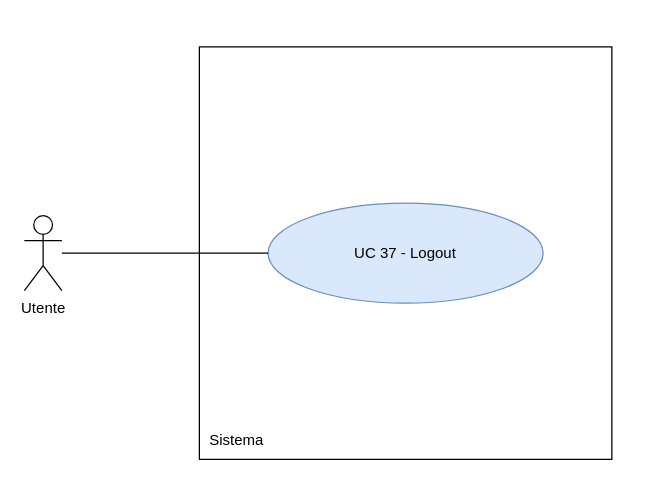
Before: RTB/doc_esterna/analisi-dei-requisiti/assets/draw.io/UC37.drawio in thebitless-group-swe/thebitless.github.io, a draw.io diagram. Source tidied: cells renumbered, new cells numbered last; positions are measured from the earlier drawing's top-left corner, leaving out a move shared by most shapes. Both pictures are drawn from the tidied source at 125%, with x=0, y=0 at pixel (24, 46).
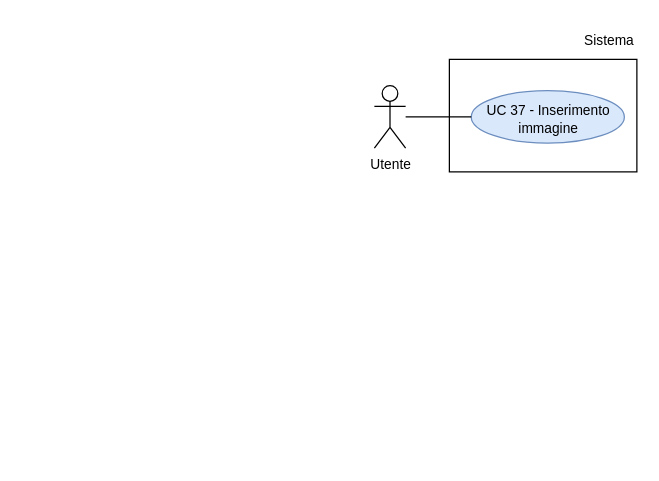
The same page after the edit.

Diff of the diagram source:
```diff
@@
 <mxGraphModel>
   <root>
     <mxCell id="0" />
     <mxCell id="1" parent="0" />
-    <mxCell id="2" value="Utente" style="shape=umlActor;verticalLabelPosition=bottom;verticalAlign=top;html=1;outlineConnect=0;" parent="1" vertex="1">
-      <mxGeometry y="135" width="30" height="60" as="geometry" />
+    <mxCell id="2" value="Utente" style="shape=umlActor;verticalLabelPosition=bottom;verticalAlign=top;html=1;outlineConnect=0;fontSize=11;" parent="1" vertex="1">
+      <mxGeometry x="280" y="31" width="25" height="50" as="geometry" />
     </mxCell>
-    <mxCell id="3" style="whiteSpace=wrap;html=1;" parent="1" vertex="1">
-      <mxGeometry x="140" width="330" height="330" as="geometry" />
-    </mxCell>
+    <mxCell id="7" style="rounded=0;whiteSpace=wrap;html=1;strokeWidth=1;" parent="1" vertex="1">
+      <mxGeometry x="340" y="10" width="150" height="90" as="geometry" />
+    </mxCell>
-    <mxCell id="4" value="Sistema" style="text;html=1;whiteSpace=wrap;strokeColor=none;fillColor=none;align=center;verticalAlign=middle;rounded=0;" parent="1" vertex="1">
-      <mxGeometry x="140" y="300" width="60" height="30" as="geometry" />
+    <mxCell id="4" value="Sistema" style="text;html=1;whiteSpace=wrap;strokeColor=none;fillColor=none;align=right;verticalAlign=middle;fontSize=11;" parent="1" vertex="1">
+      <mxGeometry x="430" y="-20" width="60" height="30" as="geometry" />
     </mxCell>
-    <mxCell id="5" value="UC 37 - Logout" style="ellipse;whiteSpace=wrap;html=1;fillColor=#dae8fc;strokeColor=#6c8ebf;" parent="1" vertex="1">
-      <mxGeometry x="195" y="125" width="220" height="80" as="geometry" />
-    </mxCell>
-    <mxCell id="6" style="edgeStyle=none;rounded=0;jettySize=auto;html=1;endArrow=none;endFill=0;" parent="1" edge="1" source="2" target="5">
-      <mxGeometry relative="1" as="geometry" />
-    </mxCell>
+    <mxCell id="8" value="UC 37 - Inserimento immagine" style="ellipse;whiteSpace=wrap;html=1;fillColor=#dae8fc;strokeColor=#6c8ebf;fontSize=11;spacingBottom=-4;" parent="1" vertex="1">
+      <mxGeometry x="357.5" y="35" width="122.5" height="42" as="geometry" />
+    </mxCell>
+    <mxCell id="9" style="edgeStyle=none;rounded=0;jettySize=auto;html=1;endArrow=none;endFill=0;" parent="1" edge="1" source="2" target="8">
+      <mxGeometry relative="1" as="geometry" />
+    </mxCell>
+    <mxCell id="10" style="edgeStyle=orthogonalEdgeStyle;rounded=0;orthogonalLoop=1;jettySize=auto;html=1;exitX=0.5;exitY=1;exitDx=0;exitDy=0;" parent="1" edge="1" source="4" target="4">
+      <mxGeometry relative="1" as="geometry" />
+    </mxCell>
   </root>
 </mxGraphModel>
```
